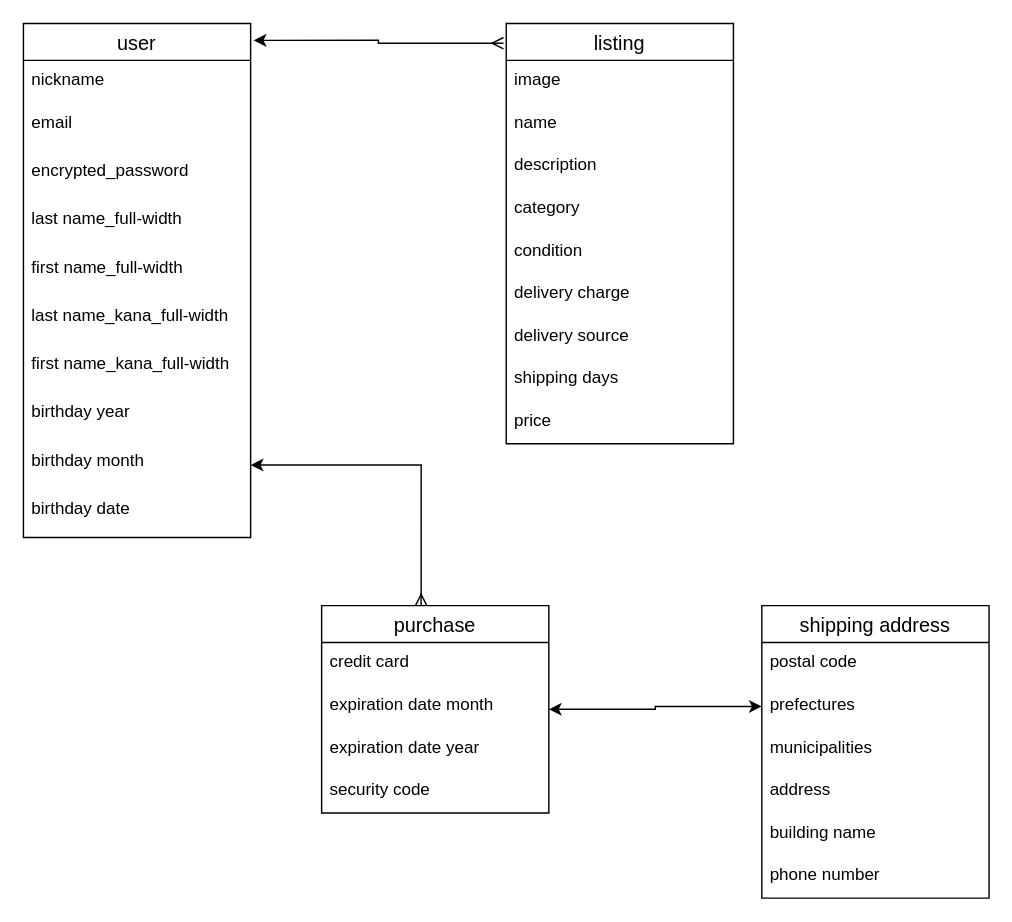
Before: furima.dio in yuudai13/furima-35961, a draw.io diagram. Source tidied: cells renumbered, new cells numbered last; positions are measured from the earlier drawing's top-left corner, leaving out a move shared by most shapes. Both pictures are drawn from the tidied source at 142%, with x=0, y=0 at pixel (23, 23).
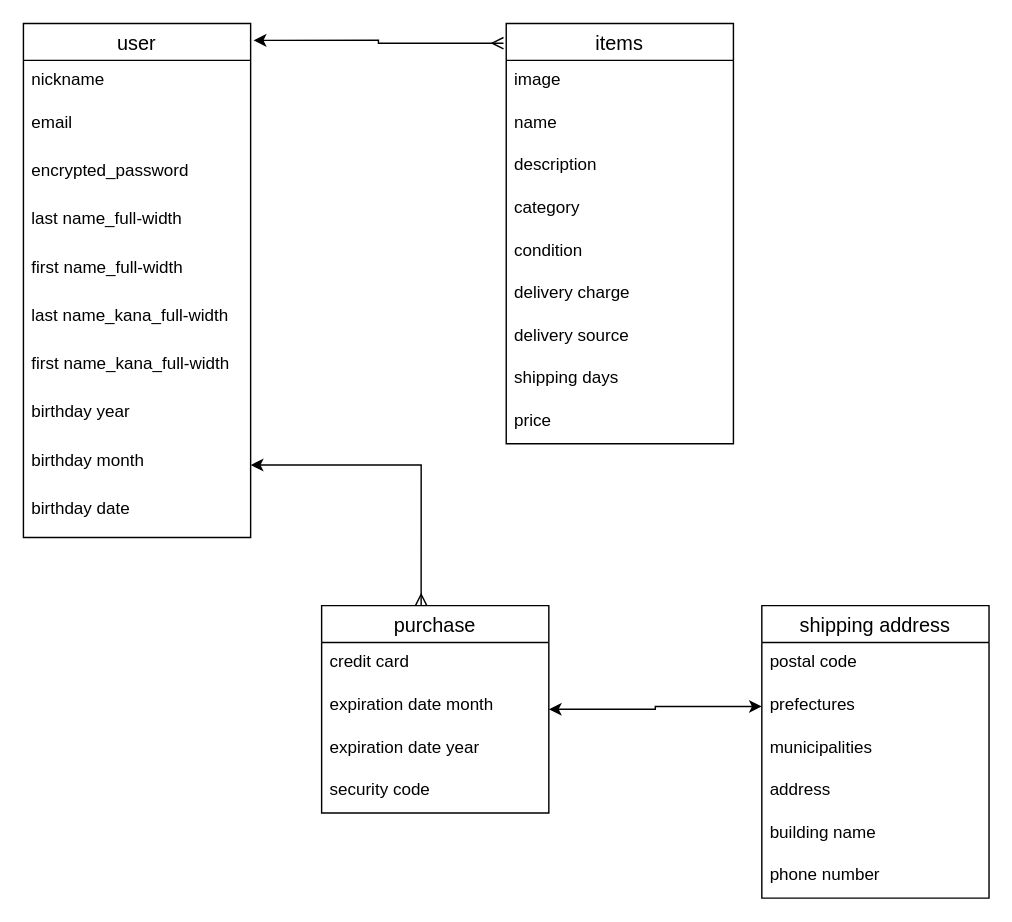
The same diagram, later.

Change to the diagram source:
```diff
@@
-    <mxCell id="13" value="listing" style="swimlane;fontStyle=0;horizontal=1;startSize=26;align=center;fontSize=14;" parent="1" vertex="1">
+    <mxCell id="13" value="items" style="swimlane;fontStyle=0;horizontal=1;startSize=26;align=center;fontSize=14;" parent="1" vertex="1">
       <mxGeometry x="340" width="160" height="296" as="geometry" />
     </mxCell>
```
